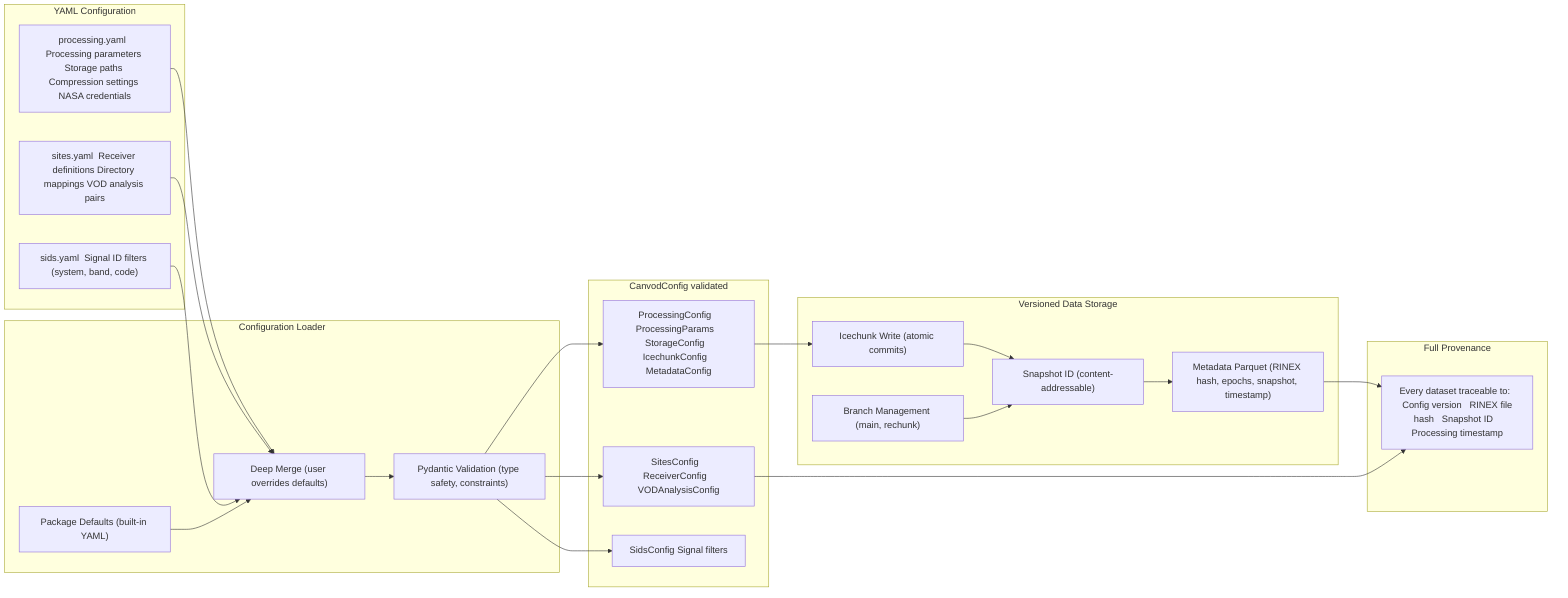
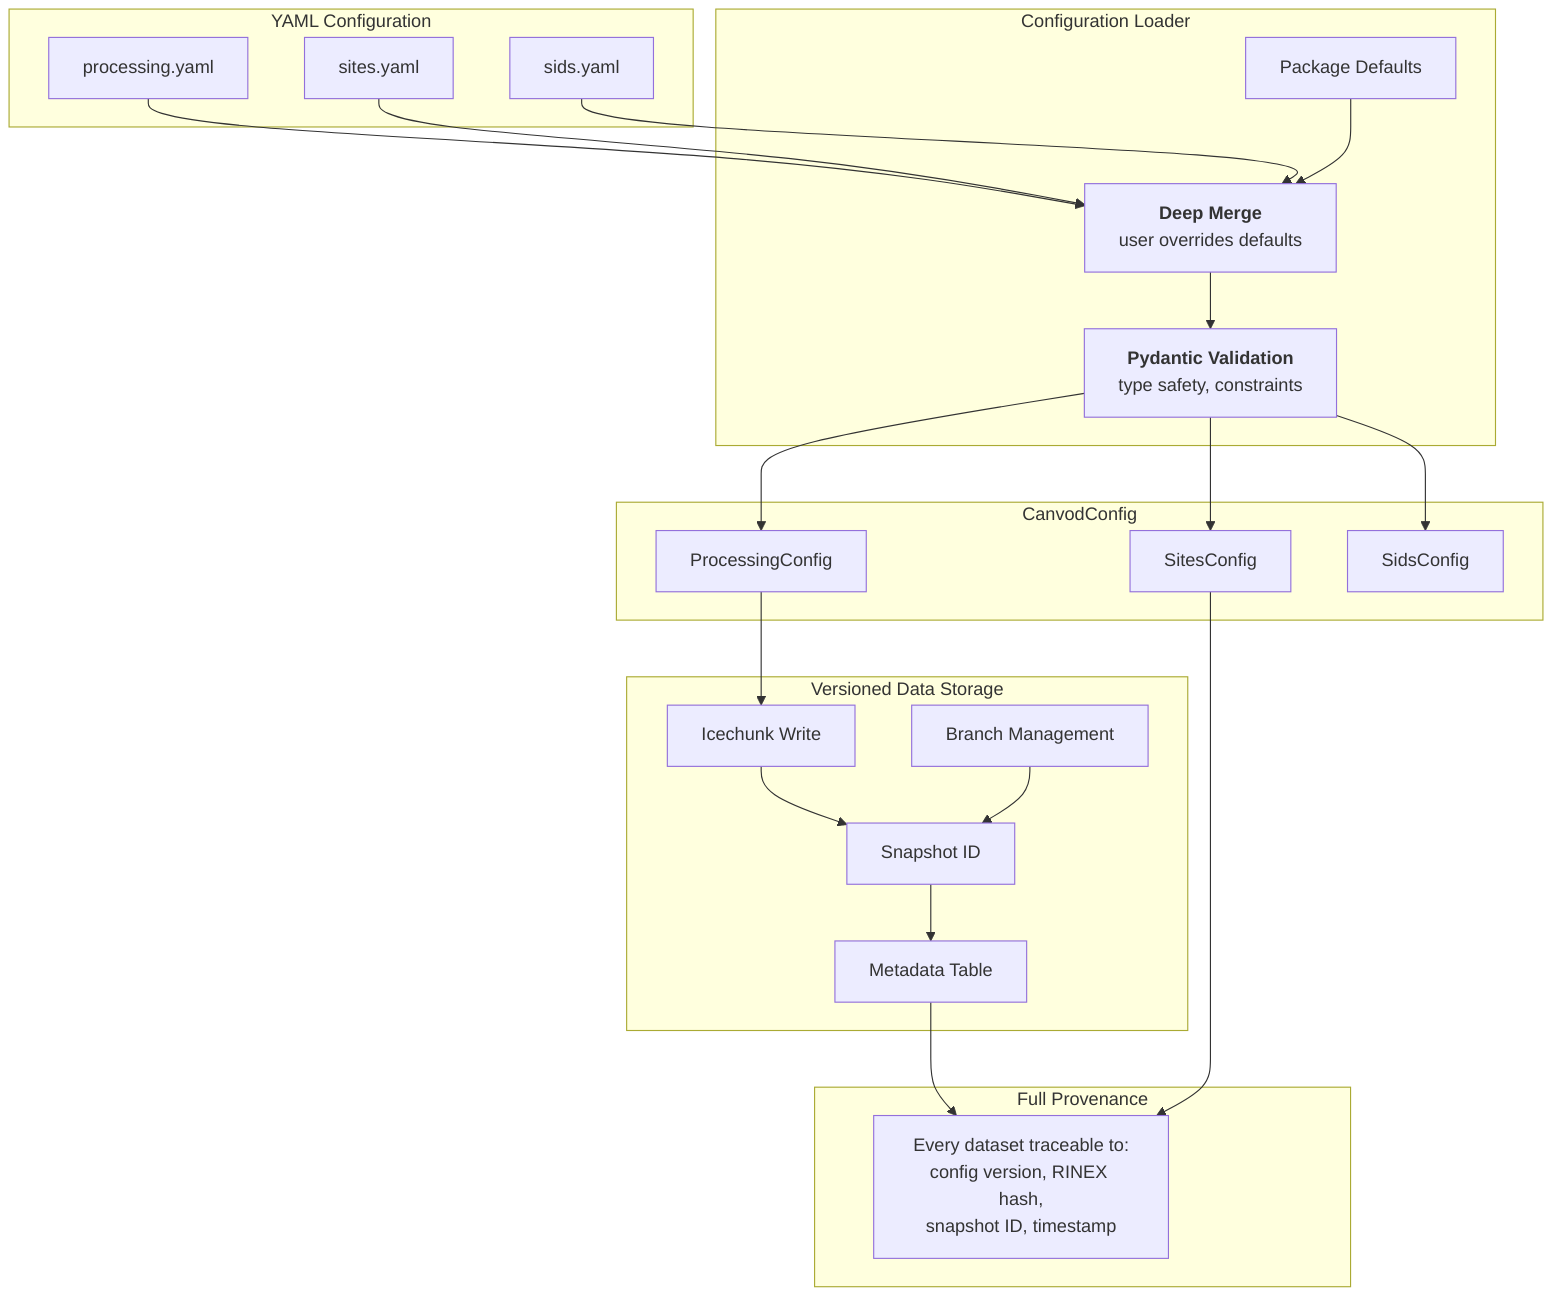
- flowchart LR
-     subgraph CONFIG[YAML Configuration]
-         PROC["processing.yaml  Processing parameters Storage paths Compression settings NASA credentials"]
-         SITES["sites.yaml  Receiver definitions Directory mappings VOD analysis pairs"]
-         SIDS["sids.yaml  Signal ID filters (system, band, code)"]
+ flowchart TD
+     subgraph CONFIG["YAML Configuration"]
+         PROC["processing.yaml"]
+         SITES["sites.yaml"]
+         SIDS["sids.yaml"]
    end

-     subgraph LOADER[Configuration Loader]
-         DEFAULTS["Package Defaults (built-in YAML)"]
-         MERGE["Deep Merge (user overrides defaults)"]
-         PYDANTIC["Pydantic Validation (type safety, constraints)"]
+     subgraph LOADER["Configuration Loader"]
+         DEFAULTS["Package Defaults"]
+         MERGE["`**Deep Merge**
+         user overrides defaults`"]
+         PYDANTIC["`**Pydantic Validation**
+         type safety, constraints`"]
    end

-     subgraph VALIDATED[CanvodConfig validated]
-         PC["ProcessingConfig   ProcessingParams   StorageConfig   IcechunkConfig   MetadataConfig"]
-         SC["SitesConfig   ReceiverConfig   VODAnalysisConfig"]
-         SIC["SidsConfig   Signal filters"]
+     subgraph VALIDATED["CanvodConfig"]
+         PC["ProcessingConfig"]
+         SC["SitesConfig"]
+         SIC["SidsConfig"]
    end

-     subgraph VERSIONED[Versioned Data Storage]
-         IC_WRITE["Icechunk Write (atomic commits)"]
-         SNAPSHOT["Snapshot ID (content-addressable)"]
-         BRANCH["Branch Management (main, rechunk)"]
-         METADATA["Metadata Parquet (RINEX hash, epochs, snapshot, timestamp)"]
+     subgraph VERSIONED["Versioned Data Storage"]
+         IC_WRITE["Icechunk Write"]
+         SNAPSHOT["Snapshot ID"]
+         BRANCH["Branch Management"]
+         METADATA["Metadata Table"]
    end

-     subgraph PROVENANCE[Full Provenance]
-         TRACE["Every dataset traceable to:   Config version   RINEX file hash   Snapshot ID   Processing timestamp"]
+     subgraph PROVENANCE["Full Provenance"]
+         TRACE["`Every dataset traceable to:
+         config version, RINEX hash,
+         snapshot ID, timestamp`"]
    end

    PROC --> MERGE
    SITES --> MERGE
    SIDS --> MERGE
    DEFAULTS --> MERGE
    MERGE --> PYDANTIC
    PYDANTIC --> PC
    PYDANTIC --> SC
    PYDANTIC --> SIC

    PC --> IC_WRITE
    IC_WRITE --> SNAPSHOT
    SNAPSHOT --> METADATA
    BRANCH --> SNAPSHOT
    METADATA --> TRACE
    SC --> TRACE
